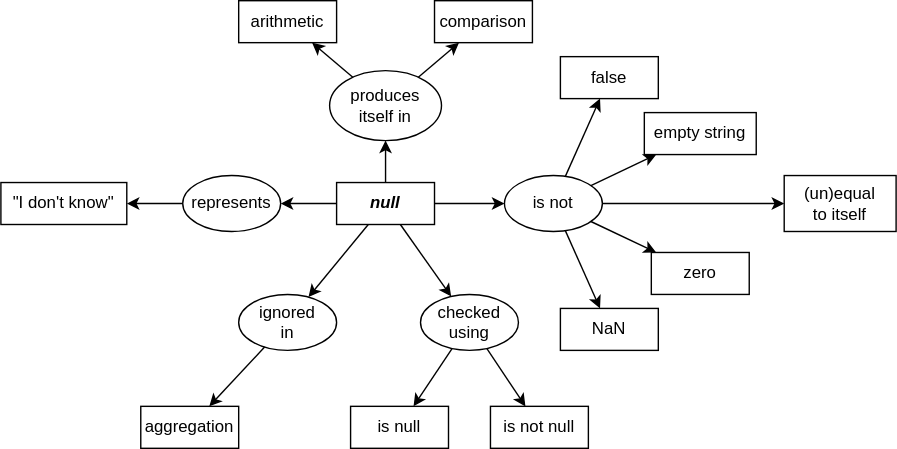
This is img/concept_map_null.svg from gvwilson/sql-tutorial, a draw.io export, as it was before one commit. Source tidied: cells renumbered, new cells last; positions are measured from the earlier drawing's top-left corner, leaving out a move shared by most shapes. Source of this version:
```xml
<mxGraphModel>
  <root>
    <mxCell id="0" />
    <mxCell id="1" parent="0" />
    <mxCell id="2" value="&lt;i&gt;&lt;b&gt;null&lt;/b&gt;&lt;/i&gt;" style="rounded=0;whiteSpace=wrap;html=1;fillColor=none;" parent="1" vertex="1">
      <mxGeometry x="240" y="130" width="70" height="30" as="geometry" />
    </mxCell>
    <mxCell id="3" value="is not" style="ellipse;whiteSpace=wrap;html=1;fillColor=none;" parent="1" vertex="1">
      <mxGeometry x="360" y="125" width="70" height="40" as="geometry" />
    </mxCell>
    <mxCell id="4" style="endArrow=classic;html=1;rounded=0;" parent="1" edge="1" source="2" target="3">
      <mxGeometry relative="1" as="geometry" />
    </mxCell>
    <mxCell id="5" style="endArrow=classic;html=1;rounded=0;" parent="1" edge="1" source="3" target="9">
      <mxGeometry relative="1" as="geometry" />
    </mxCell>
    <mxCell id="6" style="endArrow=classic;html=1;rounded=0;" parent="1" edge="1" source="3" target="10">
      <mxGeometry relative="1" as="geometry" />
    </mxCell>
    <mxCell id="7" style="endArrow=classic;html=1;rounded=0;" parent="1" edge="1" source="3" target="11">
      <mxGeometry relative="1" as="geometry" />
    </mxCell>
    <mxCell id="8" style="endArrow=classic;html=1;rounded=0;" parent="1" edge="1" source="3" target="12">
      <mxGeometry relative="1" as="geometry" />
    </mxCell>
    <mxCell id="9" value="false" style="rounded=0;whiteSpace=wrap;html=1;fillColor=none;" parent="1" vertex="1">
      <mxGeometry x="400" y="40" width="70" height="30" as="geometry" />
    </mxCell>
    <mxCell id="10" value="empty string" style="rounded=0;whiteSpace=wrap;html=1;fillColor=none;" parent="1" vertex="1">
      <mxGeometry x="460" y="80" width="80" height="30" as="geometry" />
    </mxCell>
    <mxCell id="11" value="zero" style="rounded=0;whiteSpace=wrap;html=1;fillColor=none;" parent="1" vertex="1">
      <mxGeometry x="465" y="180" width="70" height="30" as="geometry" />
    </mxCell>
    <mxCell id="12" value="NaN" style="rounded=0;whiteSpace=wrap;html=1;fillColor=none;" parent="1" vertex="1">
      <mxGeometry x="400" y="220" width="70" height="30" as="geometry" />
    </mxCell>
    <mxCell id="13" value="represents" style="ellipse;whiteSpace=wrap;html=1;fillColor=none;" parent="1" vertex="1">
      <mxGeometry x="130" y="125" width="70" height="40" as="geometry" />
    </mxCell>
    <mxCell id="14" style="endArrow=classic;html=1;rounded=0;" parent="1" edge="1" source="2" target="13">
      <mxGeometry relative="1" as="geometry" />
    </mxCell>
    <mxCell id="15" value="&quot;I don't know&quot;" style="rounded=0;whiteSpace=wrap;html=1;fillColor=none;" parent="1" vertex="1">
      <mxGeometry y="130" width="90" height="30" as="geometry" />
    </mxCell>
    <mxCell id="16" style="endArrow=classic;html=1;rounded=0;" parent="1" edge="1" source="13" target="15">
      <mxGeometry relative="1" as="geometry" />
    </mxCell>
    <mxCell id="17" value="produces&lt;br&gt;itself in" style="ellipse;whiteSpace=wrap;html=1;fillColor=none;" parent="1" vertex="1">
      <mxGeometry x="235" y="50" width="80" height="50" as="geometry" />
    </mxCell>
    <mxCell id="18" style="endArrow=classic;html=1;rounded=0;" parent="1" edge="1" source="2" target="17">
      <mxGeometry relative="1" as="geometry" />
    </mxCell>
    <mxCell id="19" value="arithmetic" style="rounded=0;whiteSpace=wrap;html=1;fillColor=none;" parent="1" vertex="1">
      <mxGeometry x="170" width="70" height="30" as="geometry" />
    </mxCell>
    <mxCell id="20" style="endArrow=classic;html=1;rounded=0;" parent="1" edge="1" source="17" target="19">
      <mxGeometry relative="1" as="geometry" />
    </mxCell>
    <mxCell id="21" value="comparison" style="rounded=0;whiteSpace=wrap;html=1;fillColor=none;" parent="1" vertex="1">
      <mxGeometry x="310" width="70" height="30" as="geometry" />
    </mxCell>
    <mxCell id="22" style="endArrow=classic;html=1;rounded=0;" parent="1" edge="1" source="17" target="21">
      <mxGeometry relative="1" as="geometry" />
    </mxCell>
    <mxCell id="23" value="ignored&lt;br&gt;in" style="ellipse;whiteSpace=wrap;html=1;fillColor=none;" parent="1" vertex="1">
      <mxGeometry x="170" y="210" width="70" height="40" as="geometry" />
    </mxCell>
    <mxCell id="24" style="endArrow=classic;html=1;rounded=0;" parent="1" edge="1" source="2" target="23">
      <mxGeometry relative="1" as="geometry" />
    </mxCell>
    <mxCell id="25" value="aggregation" style="rounded=0;whiteSpace=wrap;html=1;fillColor=none;" parent="1" vertex="1">
      <mxGeometry x="100" y="290" width="70" height="30" as="geometry" />
    </mxCell>
    <mxCell id="26" style="endArrow=classic;html=1;rounded=0;" parent="1" edge="1" source="23" target="25">
      <mxGeometry relative="1" as="geometry" />
    </mxCell>
    <mxCell id="27" value="checked using" style="ellipse;whiteSpace=wrap;html=1;fillColor=none;" parent="1" vertex="1">
      <mxGeometry x="300" y="210" width="70" height="40" as="geometry" />
    </mxCell>
    <mxCell id="28" style="endArrow=classic;html=1;rounded=0;" parent="1" edge="1" source="2" target="27">
      <mxGeometry relative="1" as="geometry" />
    </mxCell>
    <mxCell id="29" value="is null" style="rounded=0;whiteSpace=wrap;html=1;fillColor=none;" parent="1" vertex="1">
      <mxGeometry x="250" y="290" width="70" height="30" as="geometry" />
    </mxCell>
    <mxCell id="30" value="is not null" style="rounded=0;whiteSpace=wrap;html=1;fillColor=none;" parent="1" vertex="1">
      <mxGeometry x="350" y="290" width="70" height="30" as="geometry" />
    </mxCell>
    <mxCell id="31" style="endArrow=classic;html=1;rounded=0;" parent="1" edge="1" source="27" target="30">
      <mxGeometry relative="1" as="geometry" />
    </mxCell>
    <mxCell id="32" style="endArrow=classic;html=1;rounded=0;" parent="1" edge="1" source="27" target="29">
      <mxGeometry relative="1" as="geometry" />
    </mxCell>
    <mxCell id="33" value="(un)equal&lt;br&gt;to itself" style="rounded=0;whiteSpace=wrap;html=1;fillColor=none;" parent="1" vertex="1">
      <mxGeometry x="560" y="125" width="80" height="40" as="geometry" />
    </mxCell>
    <mxCell id="34" style="endArrow=classic;html=1;rounded=0;" parent="1" edge="1" source="3" target="33">
      <mxGeometry relative="1" as="geometry" />
    </mxCell>
  </root>
</mxGraphModel>
```
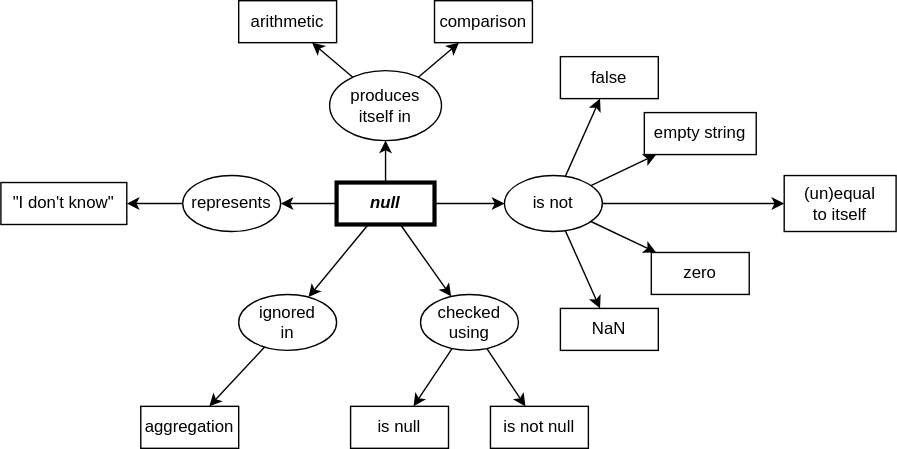
Later version of the same file.

Commit message:
feat: concept map for temporary tables

The edit, as a diff of the source:
```diff
@@ -2,7 +2,7 @@
   <root>
     <mxCell id="0" />
     <mxCell id="1" parent="0" />
-    <mxCell id="2" value="&lt;i&gt;&lt;b&gt;null&lt;/b&gt;&lt;/i&gt;" style="rounded=0;whiteSpace=wrap;html=1;fillColor=none;" parent="1" vertex="1">
+    <mxCell id="2" value="&lt;i&gt;&lt;b&gt;null&lt;/b&gt;&lt;/i&gt;" style="rounded=0;whiteSpace=wrap;html=1;fillColor=none;strokeWidth=3;" parent="1" vertex="1">
       <mxGeometry x="240" y="130" width="70" height="30" as="geometry" />
     </mxCell>
     <mxCell id="3" value="is not" style="ellipse;whiteSpace=wrap;html=1;fillColor=none;" parent="1" vertex="1">
```
